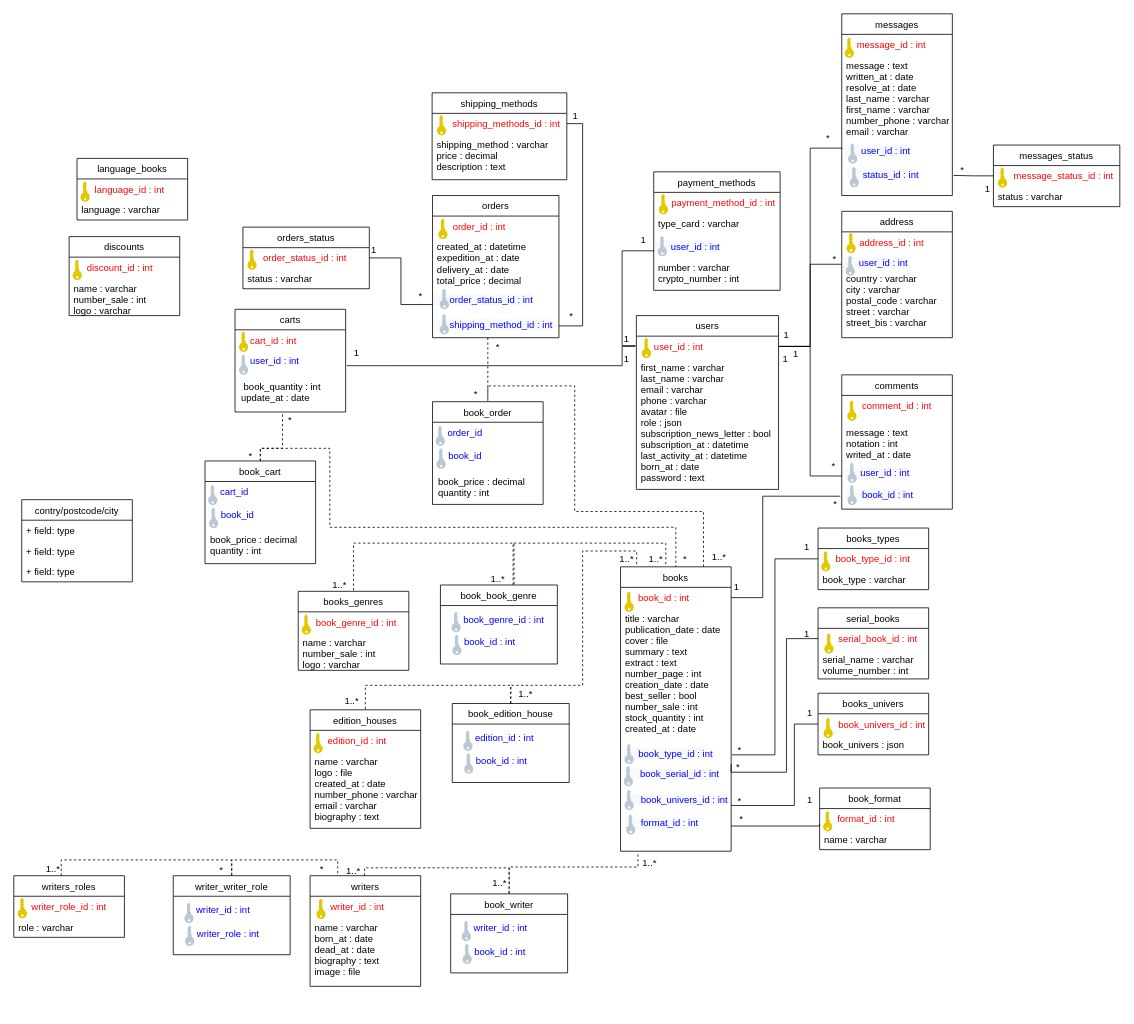
The draw.io diagram mld Diagram.drawio in Aurelie1416/books-key, before the edit. Source tidied: cells renumbered, new cells numbered last; positions are measured from the earlier drawing's top-left corner, leaving out a move shared by most shapes. Both pictures are drawn from the tidied source at 79%, with x=0, y=0 at pixel (13, 13).
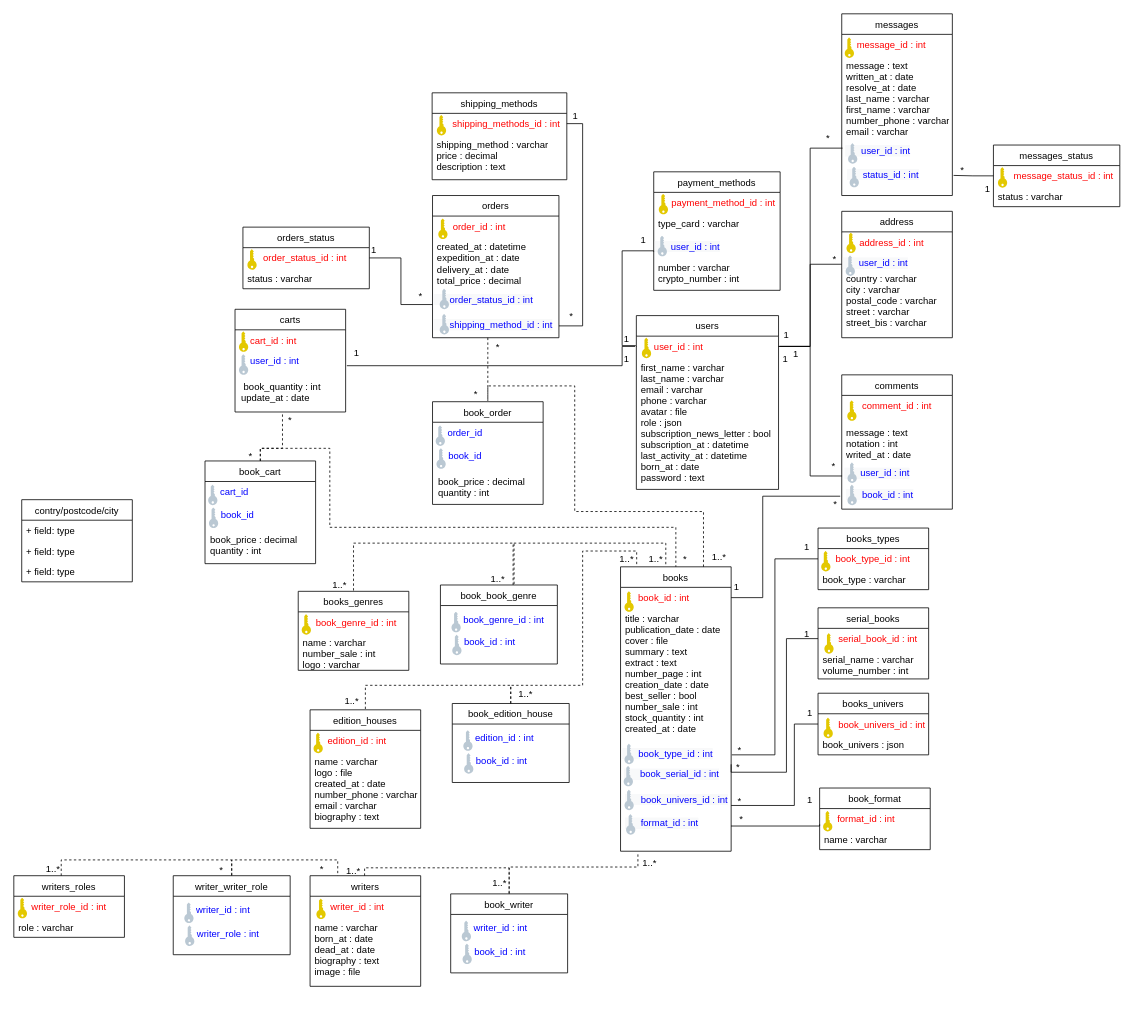
After the change.

Commit message:
Mettre à jour mld Diagram.drawio

Change to the diagram source:
```diff
@@
-    <mxCell id="150" style="group;" parent="1" vertex="1">
-      <mxGeometry x="80" y="183" width="140" height="78" as="geometry" />
-    </mxCell>
-    <mxCell id="151" value="language_books" style="swimlane;fontStyle=0;horizontal=1;startSize=26;fillColor=none;" parent="150" vertex="1">
-      <mxGeometry width="140" height="78" as="geometry" />
-    </mxCell>
-    <mxCell id="152" value="     language_id : int" style="text;strokeColor=none;fillColor=none;align=left;verticalAlign=top;spacingLeft=4;spacingRight=4;overflow=hidden;fontColor=#FF0000;" parent="151" vertex="1">
-      <mxGeometry y="26" width="140" height="26" as="geometry" />
-    </mxCell>
-    <mxCell id="153" value="language : varchar" style="text;strokeColor=none;fillColor=none;align=left;verticalAlign=top;spacingLeft=4;spacingRight=4;overflow=hidden;" parent="151" vertex="1">
-      <mxGeometry y="52" width="140" height="26" as="geometry" />
-    </mxCell>
-    <mxCell id="154" style="verticalLabelPosition=bottom;sketch=0;html=1;verticalAlign=top;align=center;shape=mxgraph.cisco19.key;fillColor=#e3c800;strokeColor=#B09500;fontColor=#000000;direction=north;" parent="150" vertex="1">
-      <mxGeometry x="4.4" y="29.1" width="11.7" height="25.9" as="geometry" />
-    </mxCell>
@@
-    <mxCell id="199" style="group;" parent="1" vertex="1">
-      <mxGeometry x="70" y="282" width="140" height="100" as="geometry" />
-    </mxCell>
-    <mxCell id="200" value="discounts" style="swimlane;fontStyle=0;horizontal=1;startSize=26;fillColor=none;" parent="199" vertex="1">
-      <mxGeometry width="140" height="100" as="geometry" />
-    </mxCell>
-    <mxCell id="201" value="     discount_id : int" style="text;strokeColor=none;fillColor=none;align=left;verticalAlign=top;spacingLeft=4;spacingRight=4;overflow=hidden;fontColor=#FF0000;" parent="200" vertex="1">
-      <mxGeometry y="26" width="140" height="26" as="geometry" />
-    </mxCell>
-    <mxCell id="202" value="name : varchar&#10;number_sale : int&#10;logo : varchar" style="text;strokeColor=none;fillColor=none;align=left;verticalAlign=top;spacingLeft=4;spacingRight=4;overflow=hidden;" parent="200" vertex="1">
-      <mxGeometry y="52" width="140" height="48" as="geometry" />
-    </mxCell>
-    <mxCell id="203" style="verticalLabelPosition=bottom;sketch=0;html=1;verticalAlign=top;align=center;shape=mxgraph.cisco19.key;fillColor=#e3c800;strokeColor=#B09500;fontColor=#000000;direction=north;" parent="199" vertex="1">
-      <mxGeometry x="4.4" y="29.1" width="11.7" height="25.9" as="geometry" />
-    </mxCell>
```
